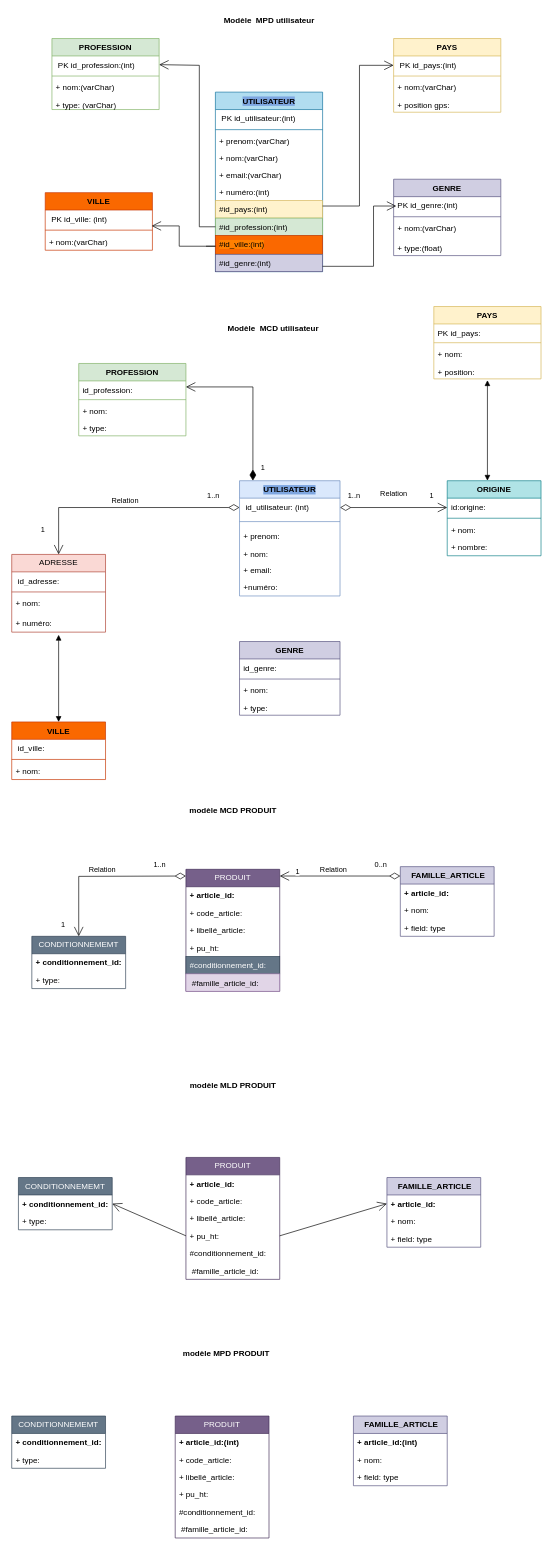
Earlier version of the draw.io diagram Diagramme exercice1 My SQL Work Bench.drawio (romsio/tinker). Source tidied: cells renumbered, new cells numbered last; positions are measured from the earlier drawing's top-left corner, leaving out a move shared by most shapes. Both pictures are drawn from the tidied source at 67%, with x=0, y=0 at pixel (11, 11).
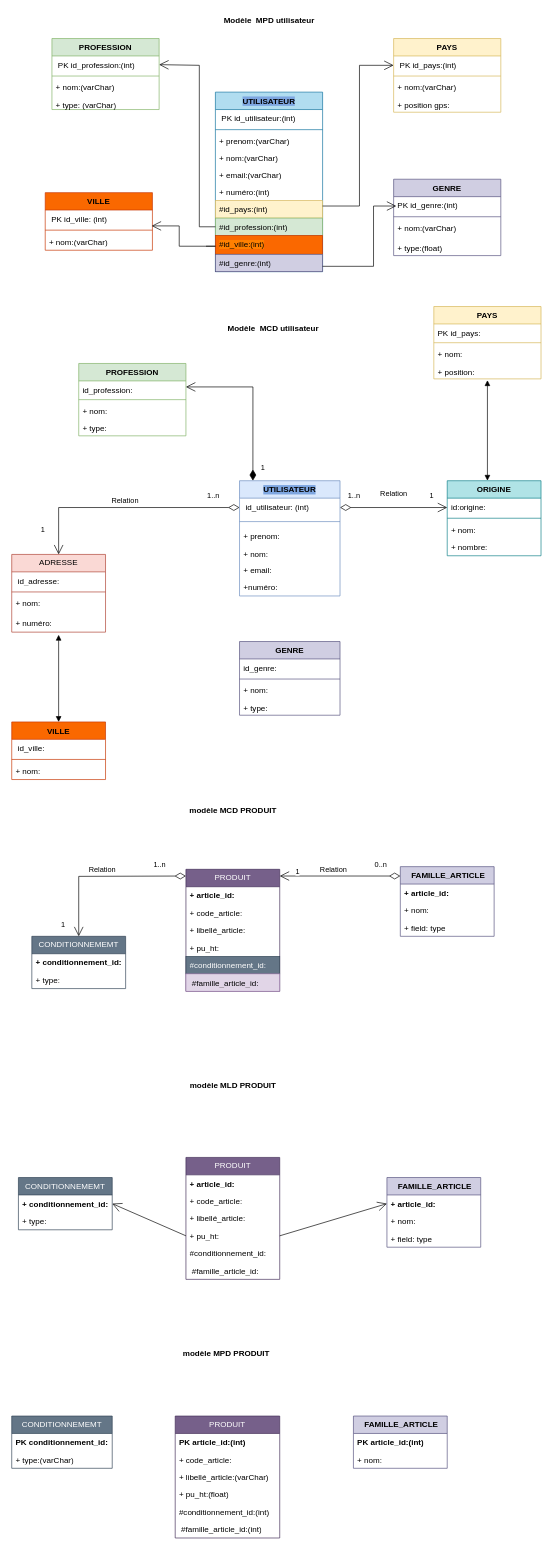
The same diagram, later.

Commit message (it also covers changes not shown here):
Mettre à jour Diagramme exercice1 My SQL Work Bench.drawio

Diff of the diagram source:
```diff
@@
     <mxCell id="122" value="PRODUIT" style="swimlane;fontStyle=0;horizontal=1;startSize=26;fillColor=#76608a;whiteSpace=wrap;html=1;fontColor=#ffffff;strokeColor=#432D57;" parent="1" vertex="1">
-      <mxGeometry x="244" y="2096" width="140" height="182" as="geometry" />
+      <mxGeometry x="244" y="2096" width="156" height="182" as="geometry" />
     </mxCell>
-    <mxCell id="123" value="&lt;b&gt;+ article_id:(int) &lt;/b&gt;" style="text;strokeColor=none;fillColor=none;align=left;verticalAlign=top;spacingLeft=4;spacingRight=4;overflow=hidden;whiteSpace=wrap;html=1;" parent="122" vertex="1">
-      <mxGeometry y="26" width="140" height="26" as="geometry" />
+    <mxCell id="123" value="&lt;b&gt;PK article_id:(int) &lt;/b&gt;" style="text;strokeColor=none;fillColor=none;align=left;verticalAlign=top;spacingLeft=4;spacingRight=4;overflow=hidden;whiteSpace=wrap;html=1;" parent="122" vertex="1">
+      <mxGeometry y="26" width="156" height="26" as="geometry" />
     </mxCell>
     <mxCell id="124" value="+ code_article: " style="text;strokeColor=none;fillColor=none;align=left;verticalAlign=top;spacingLeft=4;spacingRight=4;overflow=hidden;whiteSpace=wrap;html=1;" parent="122" vertex="1">
-      <mxGeometry y="52" width="140" height="26" as="geometry" />
+      <mxGeometry y="52" width="156" height="26" as="geometry" />
     </mxCell>
-    <mxCell id="125" value="+ libellé_article: " style="text;strokeColor=none;fillColor=none;align=left;verticalAlign=top;spacingLeft=4;spacingRight=4;overflow=hidden;whiteSpace=wrap;html=1;" parent="122" vertex="1">
-      <mxGeometry y="78" width="140" height="26" as="geometry" />
+    <mxCell id="125" value="+ libellé_article:(varChar) " style="text;strokeColor=none;fillColor=none;align=left;verticalAlign=top;spacingLeft=4;spacingRight=4;overflow=hidden;whiteSpace=wrap;html=1;" parent="122" vertex="1">
+      <mxGeometry y="78" width="156" height="26" as="geometry" />
     </mxCell>
-    <mxCell id="126" value="+ pu_ht: " style="text;strokeColor=none;fillColor=none;align=left;verticalAlign=top;spacingLeft=4;spacingRight=4;overflow=hidden;whiteSpace=wrap;html=1;" parent="122" vertex="1">
-      <mxGeometry y="104" width="140" height="26" as="geometry" />
+    <mxCell id="126" value="+ pu_ht:(float) " style="text;strokeColor=none;fillColor=none;align=left;verticalAlign=top;spacingLeft=4;spacingRight=4;overflow=hidden;whiteSpace=wrap;html=1;" parent="122" vertex="1">
+      <mxGeometry y="104" width="156" height="26" as="geometry" />
     </mxCell>
-    <mxCell id="127" value="#conditionnement_id: " style="text;strokeColor=none;fillColor=none;align=left;verticalAlign=top;spacingLeft=4;spacingRight=4;overflow=hidden;whiteSpace=wrap;html=1;" parent="122" vertex="1">
-      <mxGeometry y="130" width="140" height="26" as="geometry" />
+    <mxCell id="127" value="#conditionnement_id:(int) " style="text;strokeColor=none;fillColor=none;align=left;verticalAlign=top;spacingLeft=4;spacingRight=4;overflow=hidden;whiteSpace=wrap;html=1;" parent="122" vertex="1">
+      <mxGeometry y="130" width="156" height="26" as="geometry" />
     </mxCell>
-    <mxCell id="128" value="&amp;nbsp;#famille_article_id: " style="text;strokeColor=none;fillColor=none;align=left;verticalAlign=top;spacingLeft=4;spacingRight=4;overflow=hidden;whiteSpace=wrap;html=1;" parent="122" vertex="1">
-      <mxGeometry y="156" width="140" height="26" as="geometry" />
+    <mxCell id="128" value="&amp;nbsp;#famille_article_id:(int) " style="text;strokeColor=none;fillColor=none;align=left;verticalAlign=top;spacingLeft=4;spacingRight=4;overflow=hidden;whiteSpace=wrap;html=1;" parent="122" vertex="1">
+      <mxGeometry y="156" width="156" height="26" as="geometry" />
     </mxCell>
     <mxCell id="129" value="&lt;b&gt;&amp;nbsp;FAMILLE_ARTICLE&lt;/b&gt;" style="swimlane;fontStyle=0;horizontal=1;startSize=26;fillColor=#d0cee2;whiteSpace=wrap;html=1;strokeColor=#56517e;" parent="1" vertex="1">
-      <mxGeometry x="510" y="2096" width="140" height="104" as="geometry" />
+      <mxGeometry x="510" y="2096" width="140" height="78" as="geometry" />
     </mxCell>
-    <mxCell id="130" value="&lt;b&gt;+ article_id:(int) &lt;/b&gt;" style="text;strokeColor=none;fillColor=none;align=left;verticalAlign=top;spacingLeft=4;spacingRight=4;overflow=hidden;whiteSpace=wrap;html=1;" parent="129" vertex="1">
+    <mxCell id="130" value="&lt;b&gt;PK article_id:(int) &lt;/b&gt;" style="text;strokeColor=none;fillColor=none;align=left;verticalAlign=top;spacingLeft=4;spacingRight=4;overflow=hidden;whiteSpace=wrap;html=1;" parent="129" vertex="1">
       <mxGeometry y="26" width="140" height="26" as="geometry" />
     </mxCell>
@@
-    <mxCell id="132" value="+ field: type" style="text;strokeColor=none;fillColor=none;align=left;verticalAlign=top;spacingLeft=4;spacingRight=4;overflow=hidden;whiteSpace=wrap;html=1;" parent="129" vertex="1">
-      <mxGeometry y="78" width="140" height="26" as="geometry" />
-    </mxCell>
     <mxCell id="133" value="CONDITIONNEMEMT" style="swimlane;fontStyle=0;horizontal=1;startSize=26;fillColor=#647687;whiteSpace=wrap;html=1;fontColor=#ffffff;strokeColor=#314354;" parent="1" vertex="1">
-      <mxGeometry y="2096" width="140" height="78" as="geometry" />
+      <mxGeometry y="2096" width="150" height="78" as="geometry" />
     </mxCell>
-    <mxCell id="134" value="&lt;b&gt;+ conditionnement_id: &lt;/b&gt;" style="text;strokeColor=none;fillColor=none;align=left;verticalAlign=top;spacingLeft=4;spacingRight=4;overflow=hidden;whiteSpace=wrap;html=1;" parent="133" vertex="1">
-      <mxGeometry y="26" width="140" height="26" as="geometry" />
+    <mxCell id="134" value="&lt;b&gt;PK conditionnement_id: &lt;/b&gt;" style="text;strokeColor=none;fillColor=none;align=left;verticalAlign=top;spacingLeft=4;spacingRight=4;overflow=hidden;whiteSpace=wrap;html=1;" parent="133" vertex="1">
+      <mxGeometry y="26" width="150" height="26" as="geometry" />
     </mxCell>
-    <mxCell id="135" value="+ type: " style="text;strokeColor=none;fillColor=none;align=left;verticalAlign=top;spacingLeft=4;spacingRight=4;overflow=hidden;whiteSpace=wrap;html=1;" parent="133" vertex="1">
-      <mxGeometry y="52" width="140" height="26" as="geometry" />
+    <mxCell id="135" value="+ type:(varChar) " style="text;strokeColor=none;fillColor=none;align=left;verticalAlign=top;spacingLeft=4;spacingRight=4;overflow=hidden;whiteSpace=wrap;html=1;" parent="133" vertex="1">
+      <mxGeometry y="52" width="150" height="26" as="geometry" />
     </mxCell>
```
